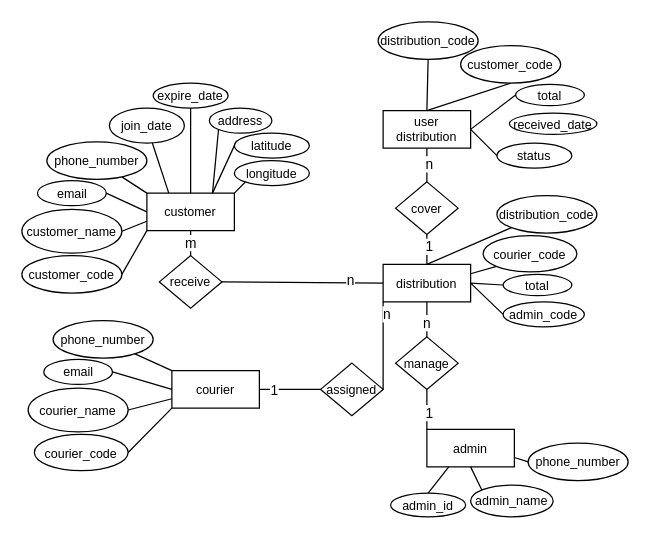
Above: ERD rb-location-tracer.drawio in kritimauludin/rb-location-tracker-design (draw.io), before the change. Source tidied: cells renumbered, new cells numbered last; positions are measured from the earlier drawing's top-left corner, leaving out a move shared by most shapes. Both pictures are drawn from the tidied source at 125%, with x=0, y=0 at pixel (21, 21).
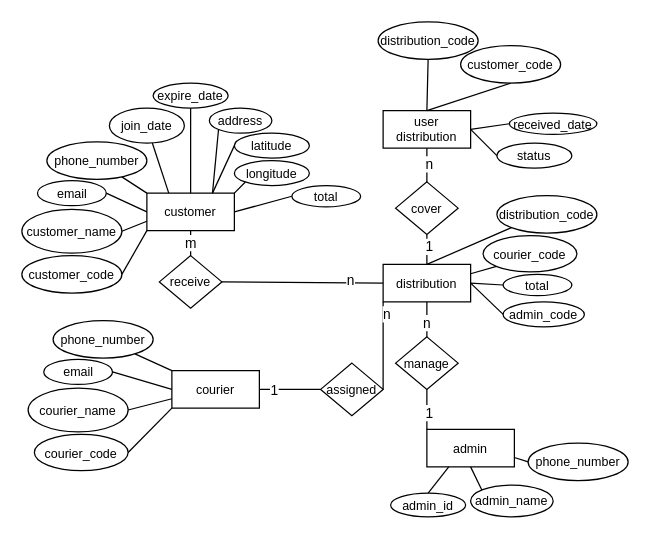
After the change.

Unchanged cells that the change refers to:
```xml
<mxCell id="4" value="customer" style="rounded=0;whiteSpace=wrap;html=1;fontSize=10;" parent="1" vertex="1">
  <mxGeometry x="100" y="137" width="70" height="30" as="geometry" />
</mxCell>
<mxCell id="60" value="user distribution" style="rounded=0;whiteSpace=wrap;html=1;fontSize=10;" parent="1" vertex="1">
  <mxGeometry x="289" y="71" width="70" height="30" as="geometry" />
</mxCell>
<mxCell id="74" value="received_date" style="ellipse;whiteSpace=wrap;html=1;fontSize=10;" parent="1" vertex="1">
  <mxGeometry x="390" y="73" width="70" height="17" as="geometry" />
</mxCell>
```

Diff of the diagram source:
```diff
@@
-    <mxCell id="65" value="total" style="ellipse;whiteSpace=wrap;html=1;fontSize=10;" parent="1" vertex="1">
-      <mxGeometry x="395" y="50" width="55" height="17" as="geometry" />
-    </mxCell>
-    <mxCell id="66" style="endArrow=none;html=1;rounded=0;entryX=0;entryY=0.5;entryDx=0;entryDy=0;exitX=1;exitY=0.5;exitDx=0;exitDy=0;" parent="1" edge="1" source="60" target="65">
+    <mxCell id="66" style="endArrow=none;html=1;rounded=0;entryX=0;entryY=0.5;entryDx=0;entryDy=0;exitX=1;exitY=0.5;exitDx=0;exitDy=0;" parent="1" edge="1" source="60" target="74">
       <mxGeometry relative="1" as="geometry" />
     </mxCell>
@@
+    <mxCell id="65" value="total" style="ellipse;whiteSpace=wrap;html=1;fontSize=10;" parent="1" vertex="1">
+      <mxGeometry x="216" y="131" width="55" height="17" as="geometry" />
+    </mxCell>
+    <mxCell id="75" style="endArrow=none;html=1;rounded=0;entryX=0;entryY=0.5;entryDx=0;entryDy=0;exitX=1;exitY=0.5;exitDx=0;exitDy=0;" parent="1" edge="1" source="4" target="65">
+      <mxGeometry relative="1" as="geometry" />
+    </mxCell>
```
